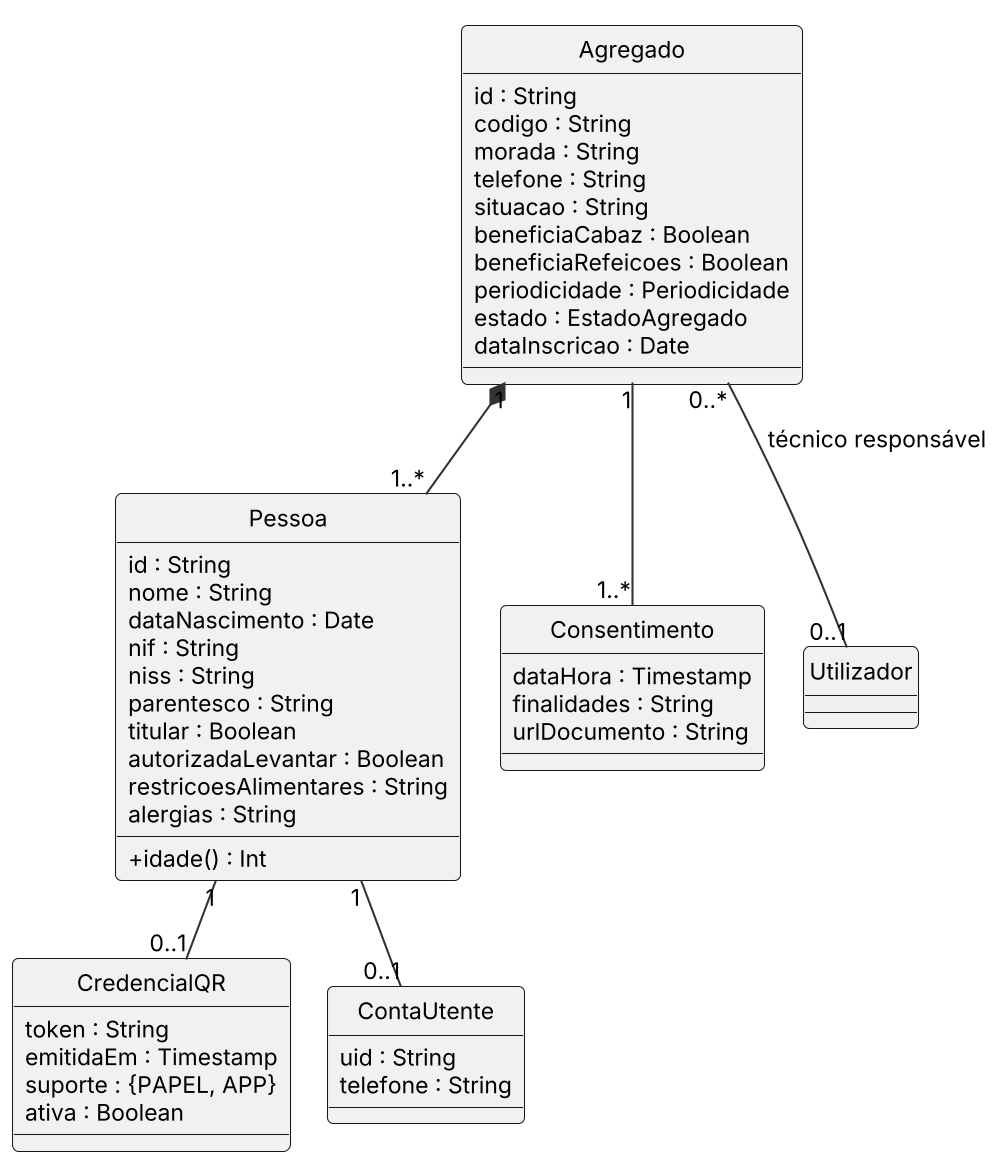
The PlantUML diagram Docs/diagramas/cl_agregados.png in Miguel31028/GASC, before a commit. Source of this version:
```plantuml
@startuml
!include _estilo.iuml
hide circle
skinparam classAttributeIconSize 0
class Agregado {
  id : String
  codigo : String
  morada : String
  telefone : String
  situacao : String
  beneficiaCabaz : Boolean
  beneficiaRefeicoes : Boolean
  periodicidade : Periodicidade
  estado : EstadoAgregado
  dataInscricao : Date
}
class Pessoa {
  id : String
  nome : String
  dataNascimento : Date
  nif : String
  niss : String
  parentesco : String
  titular : Boolean
  autorizadaLevantar : Boolean
  restricoesAlimentares : String
  alergias : String
  +idade() : Int
}
class CredencialQR {
  token : String
  emitidaEm : Timestamp
  suporte : {PAPEL, APP}
  ativa : Boolean
}
class Consentimento {
  dataHora : Timestamp
  finalidades : String
  urlDocumento : String
}
class ContaUtente {
  uid : String
  telefone : String
}
class Utilizador
Agregado "1" *-- "1..*" Pessoa
Pessoa "1" -- "0..1" CredencialQR
Pessoa "1" -- "0..1" ContaUtente
Agregado "1" -- "1..*" Consentimento
Agregado "0..*" -- "0..1" Utilizador : técnico responsável >
@enduml
```
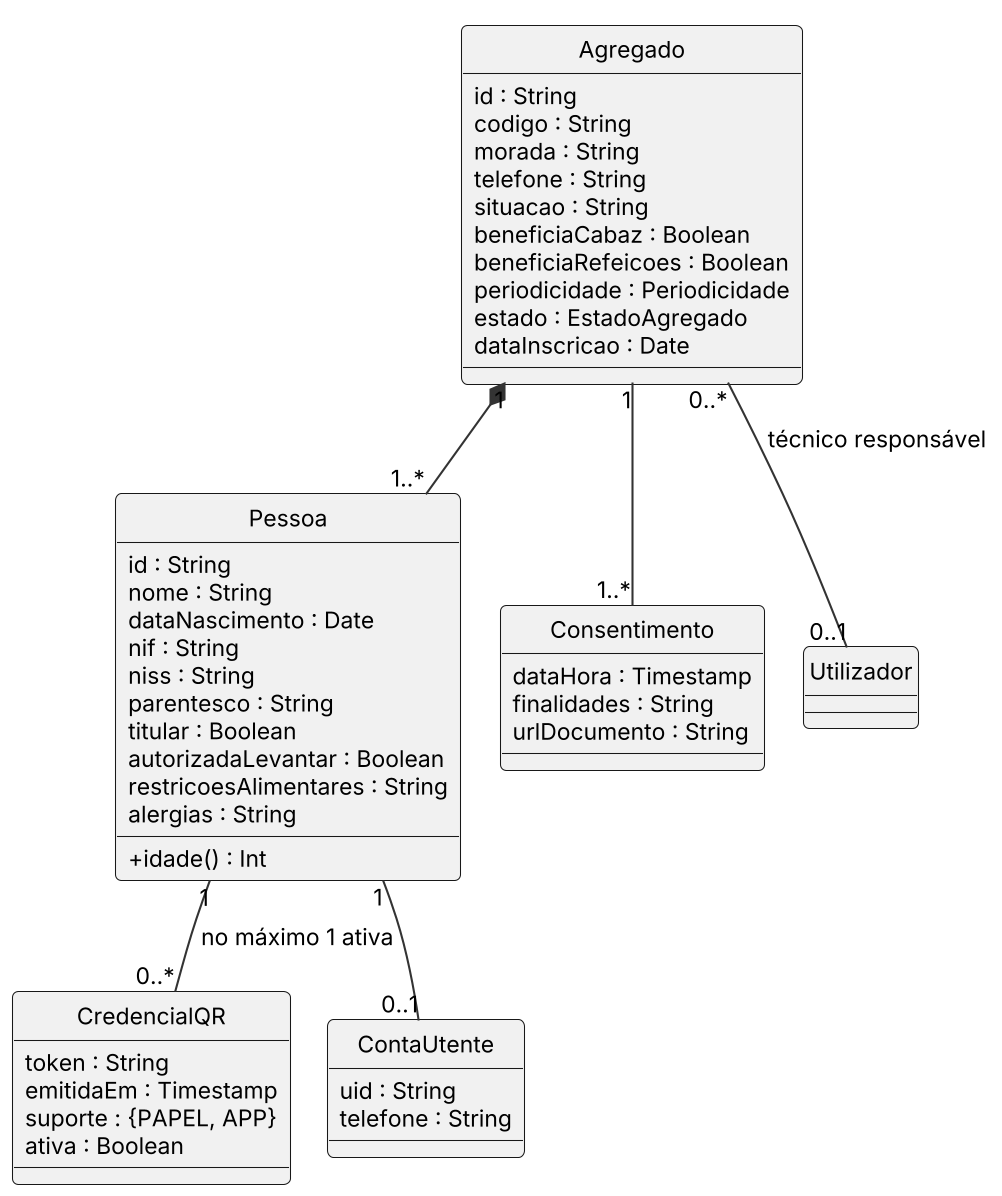
After the commit.

Change to the diagram source:
```diff
@@ -44,7 +44,7 @@
 }
 class Utilizador
 Agregado "1" *-- "1..*" Pessoa
-Pessoa "1" -- "0..1" CredencialQR
+Pessoa "1" -- "0..*" CredencialQR : no máximo 1 ativa >
 Pessoa "1" -- "0..1" ContaUtente
 Agregado "1" -- "1..*" Consentimento
 Agregado "0..*" -- "0..1" Utilizador : técnico responsável >
```
